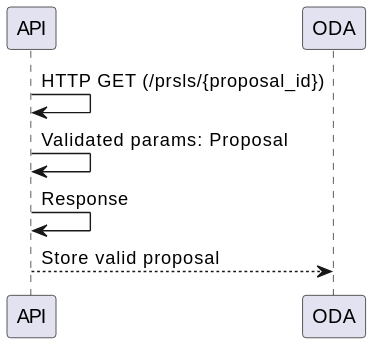
Above: docs/src/internal/diagrams/get_proposal_api.svg in ska-telescope/ska-oso-services (PlantUML), before the change.
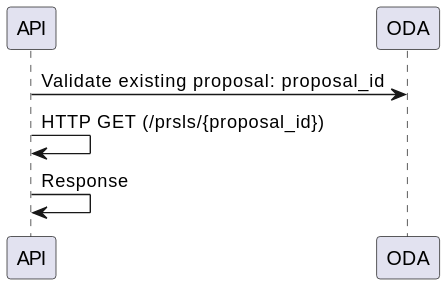
After the commit.

What changed in the source:
```diff
@@ -1,6 +1,5 @@
 @startuml
+API -> ODA: Validate existing proposal: proposal_id
 API -> API: HTTP GET (/prsls/{proposal_id})
-API -> API: Validated params: Proposal
 API -> API: Response
-API --> ODA: Store valid proposal
 @enduml
```
